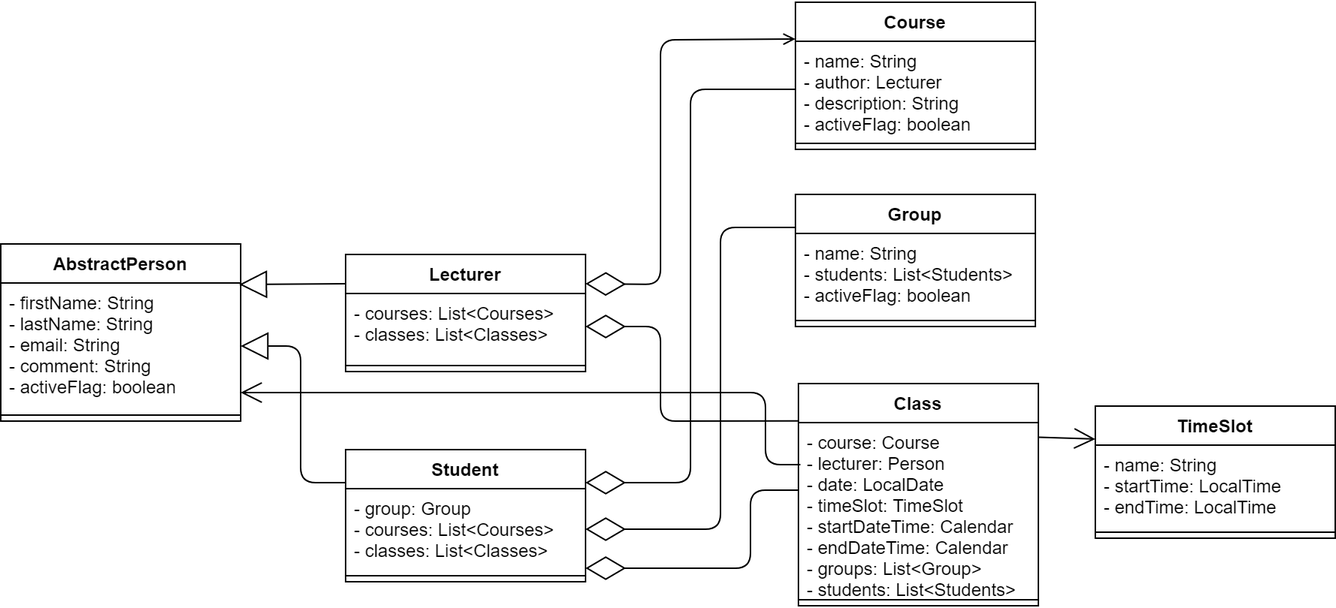
This is University_UML.png from petrowich/University, a draw.io export, as it was before one commit. Source tidied: cells renumbered, new cells last; positions are measured from the earlier drawing's top-left corner, leaving out a move shared by most shapes.
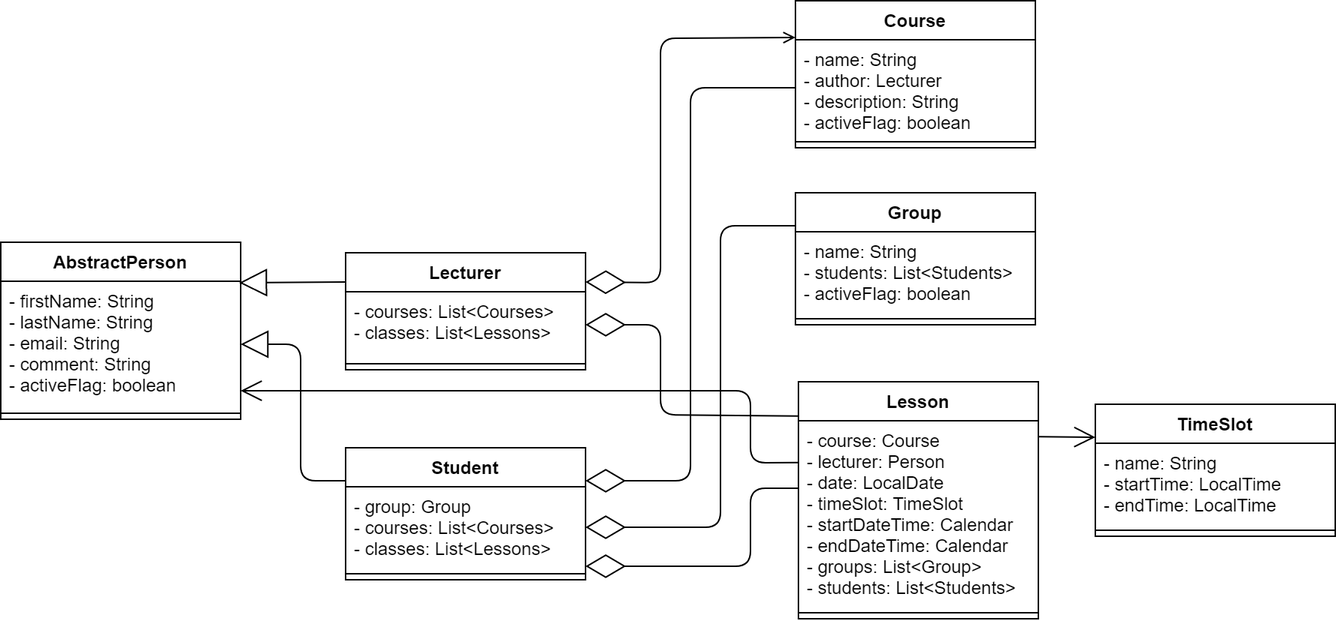
The same file after the commit.

Diff of the diagram source:
```diff
@@ -16,7 +16,7 @@
     <mxCell id="4" value="Lecturer" style="swimlane;fontStyle=1;align=center;verticalAlign=top;horizontal=1;startSize=26;" parent="1" vertex="1">
       <mxGeometry x="230" y="168" width="160" height="78" as="geometry" />
     </mxCell>
-    <mxCell id="5" value="- courses: List&lt;Courses&gt;&#10;- classes: List&lt;Classes&gt;" style="text;strokeColor=none;fillColor=none;align=left;verticalAlign=top;spacingLeft=4;spacingRight=4;overflow=hidden;points=[[0,0.5],[1,0.5]];portConstraint=eastwest;" parent="4" vertex="1">
+    <mxCell id="5" value="- courses: List&lt;Courses&gt;&#10;- classes: List&lt;Lessons&gt;" style="text;strokeColor=none;fillColor=none;align=left;verticalAlign=top;spacingLeft=4;spacingRight=4;overflow=hidden;points=[[0,0.5],[1,0.5]];portConstraint=eastwest;" parent="4" vertex="1">
       <mxGeometry y="26" width="160" height="44" as="geometry" />
     </mxCell>
     <mxCell id="6" style="line;strokeWidth=1;fillColor=none;align=left;verticalAlign=middle;spacingTop=-1;spacingLeft=3;spacingRight=3;labelPosition=right;" parent="4" vertex="1">
@@ -25,7 +25,7 @@
     <mxCell id="7" value="Student" style="swimlane;fontStyle=1;align=center;verticalAlign=top;horizontal=1;startSize=26;" parent="1" vertex="1">
       <mxGeometry x="230" y="298" width="160" height="88" as="geometry" />
     </mxCell>
-    <mxCell id="8" value="- group: Group&#10;- courses: List&lt;Courses&gt;&#10;- classes: List&lt;Classes&gt;" style="text;strokeColor=none;fillColor=none;align=left;verticalAlign=top;spacingLeft=4;spacingRight=4;overflow=hidden;points=[[0,0.5],[1,0.5]];portConstraint=eastwest;" parent="7" vertex="1">
+    <mxCell id="8" value="- group: Group&#10;- courses: List&lt;Courses&gt;&#10;- classes: List&lt;Lessons&gt;" style="text;strokeColor=none;fillColor=none;align=left;verticalAlign=top;spacingLeft=4;spacingRight=4;overflow=hidden;points=[[0,0.5],[1,0.5]];portConstraint=eastwest;" parent="7" vertex="1">
       <mxGeometry y="26" width="160" height="54" as="geometry" />
     </mxCell>
     <mxCell id="9" style="line;strokeWidth=1;fillColor=none;align=left;verticalAlign=middle;spacingTop=-1;spacingLeft=3;spacingRight=3;labelPosition=right;" parent="7" vertex="1">
@@ -94,10 +94,10 @@
     <mxCell id="23" style="line;strokeWidth=1;fillColor=none;align=left;verticalAlign=middle;spacingTop=-1;spacingLeft=3;spacingRight=3;labelPosition=right;" parent="21" vertex="1">
       <mxGeometry y="80" width="160" height="8" as="geometry" />
     </mxCell>
-    <mxCell id="24" style="endArrow=diamondThin;endFill=0;endSize=24;html=1;strokeColor=#000000;fontColor=none;align=center;entryX=1;entryY=0.5;entryDx=0;entryDy=0;exitX=0.002;exitY=0.168;exitDx=0;exitDy=0;exitPerimeter=0;" parent="1" edge="1" source="29" target="5">
+    <mxCell id="24" style="endArrow=diamondThin;endFill=0;endSize=24;html=1;strokeColor=#000000;fontColor=none;align=center;entryX=1;entryY=0.5;entryDx=0;entryDy=0;exitX=0;exitY=0.145;exitDx=0;exitDy=0;exitPerimeter=0;" parent="1" edge="1" source="29" target="5">
       <mxGeometry relative="1" as="geometry">
         <Array as="points">
-          <mxPoint x="440" y="279" />
+          <mxPoint x="440" y="276" />
           <mxPoint x="440" y="216" />
         </Array>
       </mxGeometry>
@@ -111,23 +111,23 @@
     <mxCell id="27" style="line;strokeWidth=1;fillColor=none;align=left;verticalAlign=middle;spacingTop=-1;spacingLeft=3;spacingRight=3;labelPosition=right;" parent="25" vertex="1">
       <mxGeometry y="110" width="160" height="8" as="geometry" />
     </mxCell>
-    <mxCell id="28" style="endArrow=open;endFill=1;endSize=12;html=1;strokeColor=#000000;fontColor=none;align=center;exitX=0.008;exitY=0.246;exitDx=0;exitDy=0;exitPerimeter=0;" parent="1" edge="1" source="30">
+    <mxCell id="28" style="endArrow=open;endFill=1;endSize=12;html=1;strokeColor=#000000;fontColor=none;align=center;exitX=-0.001;exitY=0.225;exitDx=0;exitDy=0;exitPerimeter=0;" parent="1" edge="1" source="30">
       <mxGeometry relative="1" as="geometry">
         <mxPoint x="160" y="260" as="targetPoint" />
         <Array as="points">
-          <mxPoint x="510" y="308" />
-          <mxPoint x="510" y="260" />
+          <mxPoint x="500" y="308" />
+          <mxPoint x="500" y="260" />
         </Array>
       </mxGeometry>
     </mxCell>
-    <mxCell id="29" value="Class" style="swimlane;fontStyle=1;align=center;verticalAlign=top;horizontal=1;startSize=26;" parent="1" vertex="1">
-      <mxGeometry x="532" y="254" width="160" height="148" as="geometry" />
+    <mxCell id="29" value="Lesson" style="swimlane;fontStyle=1;align=center;verticalAlign=top;horizontal=1;startSize=26;" parent="1" vertex="1">
+      <mxGeometry x="532" y="254" width="160" height="158" as="geometry" />
     </mxCell>
     <mxCell id="30" value="- course: Course&#10;- lecturer: Person&#10;- date: LocalDate&#10;- timeSlot: TimeSlot&#10;- startDateTime: Calendar&#10;- endDateTime: Calendar&#10;- groups: List&lt;Group&gt;&#10;- students: List&lt;Students&gt;" style="text;strokeColor=none;fillColor=none;align=left;verticalAlign=top;spacingLeft=4;spacingRight=4;overflow=hidden;points=[[0,0.5],[1,0.5]];portConstraint=eastwest;" parent="29" vertex="1">
-      <mxGeometry y="26" width="160" height="114" as="geometry" />
+      <mxGeometry y="26" width="160" height="124" as="geometry" />
     </mxCell>
     <mxCell id="31" style="line;strokeWidth=1;fillColor=none;align=left;verticalAlign=middle;spacingTop=-1;spacingLeft=3;spacingRight=3;labelPosition=right;" parent="29" vertex="1">
-      <mxGeometry y="140" width="160" height="8" as="geometry" />
+      <mxGeometry y="150" width="160" height="8" as="geometry" />
     </mxCell>
   </root>
 </mxGraphModel>
```
